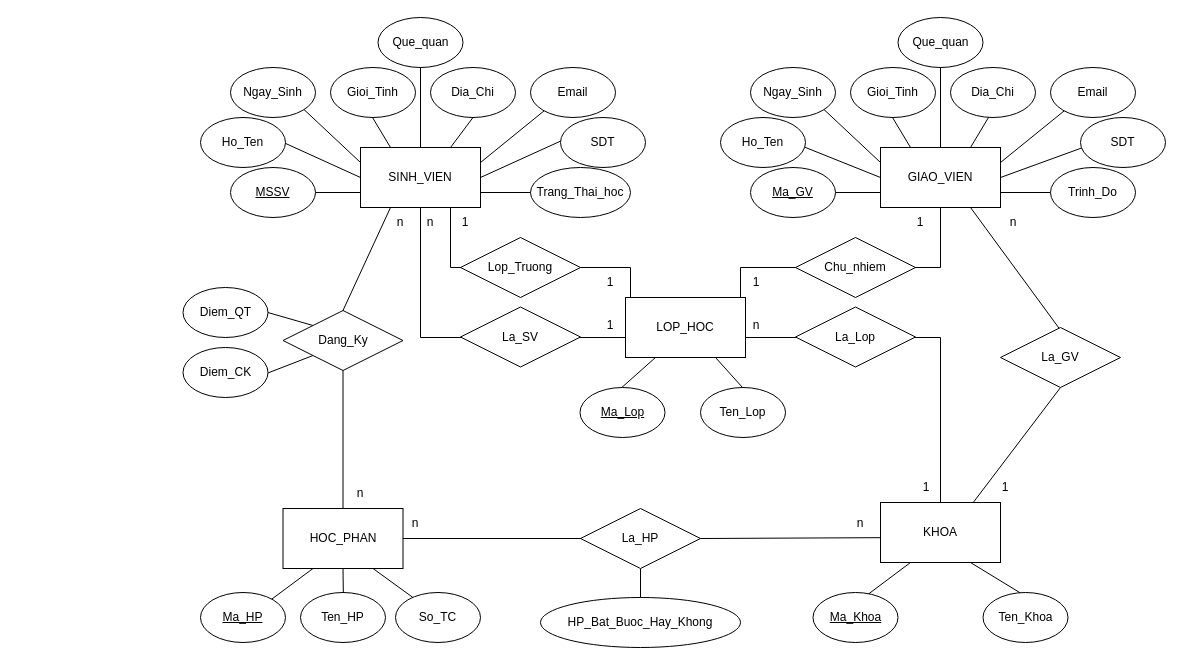
Earlier version of the draw.io diagram Untitled Diagram.drawio (JosephD0310/Database). Source tidied: cells renumbered, new cells numbered last; positions are measured from the earlier drawing's top-left corner, leaving out a move shared by most shapes. Both pictures are drawn from the tidied source at 100%, with x=0, y=0 at pixel (182, 17).
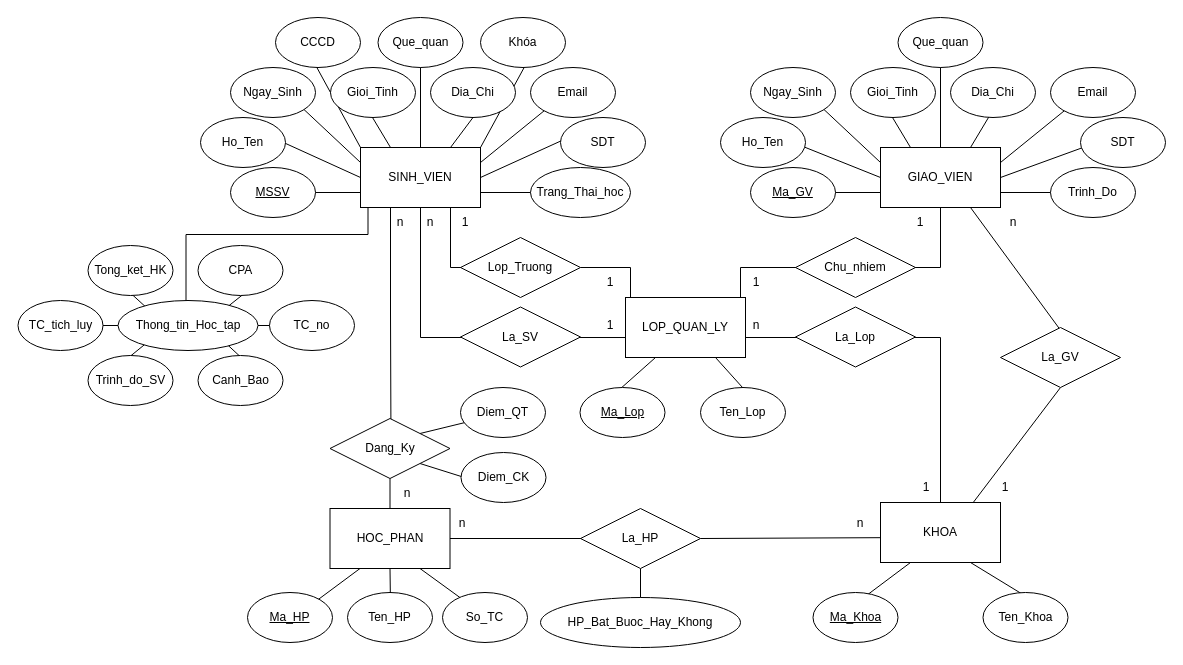
The same diagram, later.

Unchanged cells that the change refers to:
```xml
<mxCell id="30" value="SINH_VIEN" style="rounded=0;whiteSpace=wrap;html=1;" parent="1" vertex="1">
  <mxGeometry x="178" y="130" width="120" height="60" as="geometry" />
</mxCell>
```

Change to the diagram source:
```diff
@@
+    <mxCell id="95" style="edgeStyle=none;rounded=0;jettySize=auto;html=1;exitX=0;exitY=0;exitDx=0;exitDy=0;entryX=0.294;entryY=0.4;entryDx=0;entryDy=0;entryPerimeter=0;" parent="1" edge="1" source="30" target="98">
+      <mxGeometry relative="1" as="geometry" />
+    </mxCell>
+    <mxCell id="96" style="edgeStyle=none;rounded=0;jettySize=auto;html=1;exitX=1;exitY=0;exitDx=0;exitDy=0;entryX=0.706;entryY=0.4;entryDx=0;entryDy=0;entryPerimeter=0;" parent="1" edge="1" source="30" target="99">
+      <mxGeometry relative="1" as="geometry" />
+    </mxCell>
+    <mxCell id="84" style="edgeStyle=orthogonalEdgeStyle;rounded=0;jettySize=auto;html=1;exitX=0.25;exitY=1;exitDx=0;exitDy=0;entryX=0.508;entryY=0.333;entryDx=0;entryDy=0;entryPerimeter=0;" parent="1" edge="1" source="30" target="87">
+      <mxGeometry relative="1" as="geometry" />
+    </mxCell>
+    <mxCell id="97" style="edgeStyle=orthogonalEdgeStyle;rounded=0;jettySize=auto;html=1;entryX=0.512;entryY=0.483;entryDx=0;entryDy=0;entryPerimeter=0;" parent="1" edge="1" source="30">
+      <mxGeometry relative="1" as="geometry">
+        <mxPoint x="3.5" y="307" as="targetPoint" />
+        <Array as="points">
+          <mxPoint x="185.5" y="217" />
+          <mxPoint x="3.5" y="217" />
+        </Array>
+      </mxGeometry>
+    </mxCell>
@@
-    <mxCell id="64" value="LOP_HOC" style="rounded=0;whiteSpace=wrap;html=1;" parent="1" vertex="1">
+    <mxCell id="64" value="LOP_QUAN_LY" style="rounded=0;whiteSpace=wrap;html=1;" parent="1" vertex="1">
       <mxGeometry x="443" y="280" width="120" height="60" as="geometry" />
     </mxCell>
@@
     <mxCell id="74" value="HOC_PHAN" style="rounded=0;whiteSpace=wrap;html=1;" parent="1" vertex="1">
-      <mxGeometry x="100.5" y="491" width="120" height="60" as="geometry" />
+      <mxGeometry x="147.5" y="491" width="120" height="60" as="geometry" />
     </mxCell>
     <mxCell id="75" value="&lt;u&gt;Ma_HP&lt;/u&gt;" style="ellipse;whiteSpace=wrap;html=1;" parent="1" vertex="1">
-      <mxGeometry x="18" y="575" width="85" height="50" as="geometry" />
+      <mxGeometry x="65" y="575" width="85" height="50" as="geometry" />
     </mxCell>
     <mxCell id="76" value="Ten_HP" style="ellipse;whiteSpace=wrap;html=1;" parent="1" vertex="1">
-      <mxGeometry x="118" y="575" width="85" height="50" as="geometry" />
+      <mxGeometry x="165" y="575" width="85" height="50" as="geometry" />
     </mxCell>
     <mxCell id="77" value="So_TC" style="ellipse;whiteSpace=wrap;html=1;" parent="1" vertex="1">
-      <mxGeometry x="213" y="575" width="85" height="50" as="geometry" />
+      <mxGeometry x="260" y="575" width="85" height="50" as="geometry" />
     </mxCell>
@@
     <mxCell id="81" value="n" style="text;html=1;strokeColor=none;fillColor=none;align=center;verticalAlign=middle;whiteSpace=wrap;rounded=0;" parent="1" vertex="1">
-      <mxGeometry x="147.5" y="461" width="60" height="30" as="geometry" />
+      <mxGeometry x="194.5" y="461" width="60" height="30" as="geometry" />
     </mxCell>
@@
-    <mxCell id="84" style="rounded=0;jettySize=auto;html=1;exitX=0.25;exitY=1;exitDx=0;exitDy=0;entryX=0.396;entryY=0.45;entryDx=0;entryDy=0;entryPerimeter=0;" parent="1" edge="1" source="30" target="87">
-      <mxGeometry relative="1" as="geometry" />
-    </mxCell>
-    <mxCell id="85" style="edgeStyle=none;rounded=0;jettySize=auto;html=1;exitX=0;exitY=0;exitDx=0;exitDy=0;entryX=0.794;entryY=0.4;entryDx=0;entryDy=0;entryPerimeter=0;" parent="1" edge="1" source="87" target="90">
+    <mxCell id="85" style="edgeStyle=none;rounded=0;jettySize=auto;html=1;exitX=1;exitY=0;exitDx=0;exitDy=0;entryX=0.441;entryY=0.54;entryDx=0;entryDy=0;entryPerimeter=0;" parent="1" edge="1" source="87" target="90">
       <mxGeometry relative="1" as="geometry" />
     </mxCell>
-    <mxCell id="86" style="edgeStyle=none;rounded=0;jettySize=auto;html=1;exitX=0;exitY=1;exitDx=0;exitDy=0;entryX=0.559;entryY=0.8;entryDx=0;entryDy=0;entryPerimeter=0;" parent="1" edge="1" source="87" target="91">
+    <mxCell id="86" style="edgeStyle=none;rounded=0;jettySize=auto;html=1;exitX=1;exitY=1;exitDx=0;exitDy=0;entryX=0.676;entryY=0.84;entryDx=0;entryDy=0;entryPerimeter=0;" parent="1" edge="1" source="87" target="91">
       <mxGeometry relative="1" as="geometry" />
     </mxCell>
     <mxCell id="87" value="Dang_Ky" style="rhombus;whiteSpace=wrap;html=1;" parent="1" vertex="1">
-      <mxGeometry x="100.5" y="293" width="120" height="60" as="geometry" />
+      <mxGeometry x="147.5" y="401" width="120" height="60" as="geometry" />
     </mxCell>
     <mxCell id="88" value="n" style="text;html=1;strokeColor=none;fillColor=none;align=center;verticalAlign=middle;whiteSpace=wrap;rounded=0;" parent="1" vertex="1">
-      <mxGeometry x="203" y="491" width="60" height="30" as="geometry" />
+      <mxGeometry x="250" y="491" width="60" height="30" as="geometry" />
     </mxCell>
@@
-    <mxCell id="90" value="Diem_QT" style="ellipse;whiteSpace=wrap;html=1;" parent="1" vertex="1">
-      <mxGeometry x="0.5" y="270" width="85" height="50" as="geometry" />
-    </mxCell>
-    <mxCell id="91" value="Diem_CK" style="ellipse;whiteSpace=wrap;html=1;" parent="1" vertex="1">
-      <mxGeometry x="0.5" y="330" width="85" height="50" as="geometry" />
-    </mxCell>
@@
+    <mxCell id="98" value="CCCD" style="ellipse;whiteSpace=wrap;html=1;" parent="1" vertex="1">
+      <mxGeometry x="93" width="85" height="50" as="geometry" />
+    </mxCell>
+    <mxCell id="99" value="Khóa" style="ellipse;whiteSpace=wrap;html=1;" parent="1" vertex="1">
+      <mxGeometry x="298" width="85" height="50" as="geometry" />
+    </mxCell>
+    <mxCell id="100" style="edgeStyle=none;rounded=0;jettySize=auto;html=1;exitX=0;exitY=0;exitDx=0;exitDy=0;entryX=0.235;entryY=0.54;entryDx=0;entryDy=0;entryPerimeter=0;" parent="1" edge="1" target="106">
+      <mxGeometry relative="1" as="geometry">
+        <mxPoint x="-32.9" y="293" as="sourcePoint" />
+      </mxGeometry>
+    </mxCell>
+    <mxCell id="101" style="edgeStyle=none;rounded=0;jettySize=auto;html=1;exitX=1;exitY=0;exitDx=0;exitDy=0;entryX=0.706;entryY=0.74;entryDx=0;entryDy=0;entryPerimeter=0;" parent="1" edge="1" target="107">
+      <mxGeometry relative="1" as="geometry">
+        <mxPoint x="40.4" y="293" as="sourcePoint" />
+      </mxGeometry>
+    </mxCell>
+    <mxCell id="102" style="edgeStyle=none;rounded=0;jettySize=auto;html=1;exitX=0;exitY=1;exitDx=0;exitDy=0;entryX=0.118;entryY=0.54;entryDx=0;entryDy=0;entryPerimeter=0;" parent="1" edge="1" target="110">
+      <mxGeometry relative="1" as="geometry">
+        <mxPoint x="-32.9" y="323" as="sourcePoint" />
+      </mxGeometry>
+    </mxCell>
+    <mxCell id="103" style="edgeStyle=none;rounded=0;jettySize=auto;html=1;exitX=1;exitY=1;exitDx=0;exitDy=0;entryX=0.824;entryY=0.54;entryDx=0;entryDy=0;entryPerimeter=0;" parent="1" edge="1" target="111">
+      <mxGeometry relative="1" as="geometry">
+        <mxPoint x="40.4" y="323" as="sourcePoint" />
+      </mxGeometry>
+    </mxCell>
+    <mxCell id="104" style="edgeStyle=none;rounded=0;orthogonalLoop=1;jettySize=auto;html=1;exitX=0;exitY=0.5;exitDx=0;exitDy=0;entryX=0.118;entryY=0.5;entryDx=0;entryDy=0;entryPerimeter=0;" parent="1" edge="1">
+      <mxGeometry relative="1" as="geometry">
+        <mxPoint x="-63.5" y="308" as="sourcePoint" />
+        <mxPoint x="-148.5" y="308" as="targetPoint" />
+      </mxGeometry>
+    </mxCell>
+    <mxCell id="105" style="edgeStyle=none;rounded=0;orthogonalLoop=1;jettySize=auto;html=1;exitX=1;exitY=0.5;exitDx=0;exitDy=0;entryX=0.688;entryY=0.5;entryDx=0;entryDy=0;entryPerimeter=0;" parent="1" edge="1">
+      <mxGeometry relative="1" as="geometry">
+        <mxPoint x="74" y="308" as="sourcePoint" />
+        <mxPoint x="142.5" y="308" as="targetPoint" />
+      </mxGeometry>
+    </mxCell>
+    <mxCell id="106" value="Tong_ket_HK" style="ellipse;whiteSpace=wrap;html=1;" parent="1" vertex="1">
+      <mxGeometry x="-94.5" y="228" width="85" height="50" as="geometry" />
+    </mxCell>
+    <mxCell id="107" value="CPA" style="ellipse;whiteSpace=wrap;html=1;" parent="1" vertex="1">
+      <mxGeometry x="15.5" y="228" width="85" height="50" as="geometry" />
+    </mxCell>
+    <mxCell id="108" value="TC_tich_luy" style="ellipse;whiteSpace=wrap;html=1;" parent="1" vertex="1">
+      <mxGeometry x="-164.5" y="283" width="85" height="50" as="geometry" />
+    </mxCell>
+    <mxCell id="109" value="TC_no" style="ellipse;whiteSpace=wrap;html=1;" parent="1" vertex="1">
+      <mxGeometry x="87" y="283" width="85" height="50" as="geometry" />
+    </mxCell>
+    <mxCell id="110" value="Trinh_do_SV" style="ellipse;whiteSpace=wrap;html=1;" parent="1" vertex="1">
+      <mxGeometry x="-94.5" y="338" width="85" height="50" as="geometry" />
+    </mxCell>
+    <mxCell id="111" value="Canh_Bao" style="ellipse;whiteSpace=wrap;html=1;" parent="1" vertex="1">
+      <mxGeometry x="15.5" y="338" width="85" height="50" as="geometry" />
+    </mxCell>
+    <mxCell id="112" value="Thong_tin_Hoc_tap" style="ellipse;whiteSpace=wrap;html=1;" parent="1" vertex="1">
+      <mxGeometry x="-64.5" y="283" width="140" height="50" as="geometry" />
+    </mxCell>
+    <mxCell id="90" value="Diem_QT" style="ellipse;whiteSpace=wrap;html=1;" parent="1" vertex="1">
+      <mxGeometry x="278" y="370" width="85" height="50" as="geometry" />
+    </mxCell>
+    <mxCell id="91" value="Diem_CK" style="ellipse;whiteSpace=wrap;html=1;" parent="1" vertex="1">
+      <mxGeometry x="278.5" y="435" width="85" height="50" as="geometry" />
+    </mxCell>
```
